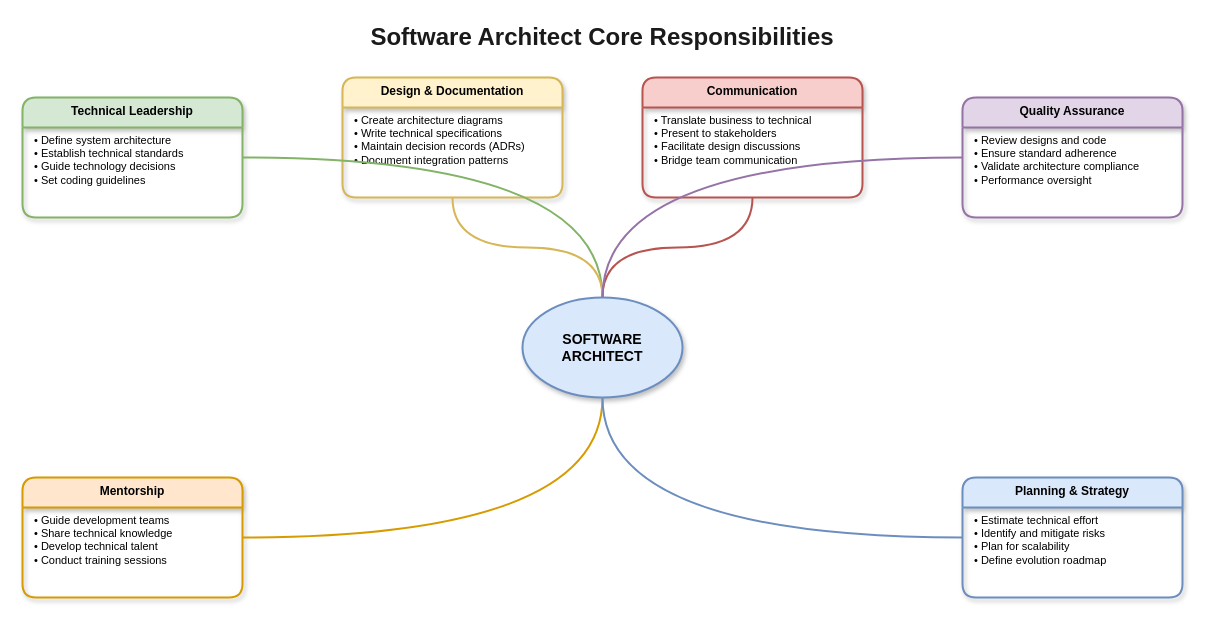
The draw.io diagram lesson-00-software-architect-overview/01-how-a-software-architect-works/1.1-core-responsibilities.drawio in MrParkerZ7/document-lesson-software-architect-x-claude, before the edit. Source tidied: cells renumbered, new cells numbered last; positions are measured from the earlier drawing's top-left corner, leaving out a move shared by most shapes. Both pictures are drawn from the tidied source at 100%, with x=0, y=0 at pixel (22, 17).
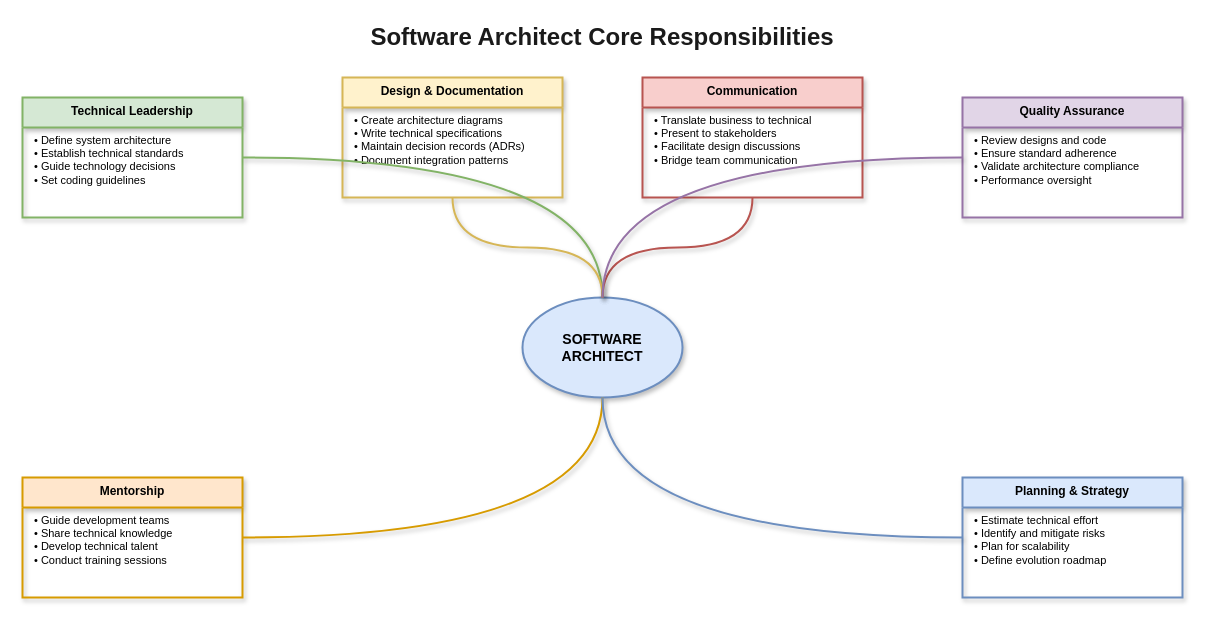
The same page after the edit.

Unchanged cells that the change refers to:
```xml
<mxCell id="3" value="SOFTWARE&#10;ARCHITECT" style="ellipse;whiteSpace=wrap;html=1;fillColor=#dae8fc;strokeColor=#6c8ebf;fontSize=14;fontStyle=1;shadow=1;strokeWidth=2;" parent="1" vertex="1">
  <mxGeometry x="500" y="280" width="160" height="100" as="geometry" />
</mxCell>
```

Change to the diagram source:
```diff
@@
-    <mxCell id="4" value="Technical Leadership" style="swimlane;fontStyle=1;align=center;verticalAlign=top;horizontal=1;startSize=30;fillColor=#d5e8d4;strokeColor=#82b366;rounded=1;shadow=1;strokeWidth=2;" parent="1" vertex="1">
+    <mxCell id="4" value="Technical Leadership" style="swimlane;fontStyle=1;align=center;verticalAlign=top;horizontal=1;startSize=30;fillColor=#d5e8d4;strokeColor=#82b366;rounded=0;shadow=1;strokeWidth=2;" parent="1" vertex="1">
       <mxGeometry y="80" width="220" height="120" as="geometry" />
     </mxCell>
@@
-    <mxCell id="6" value="Design &amp; Documentation" style="swimlane;fontStyle=1;align=center;verticalAlign=top;horizontal=1;startSize=30;fillColor=#fff2cc;strokeColor=#d6b656;rounded=1;shadow=1;strokeWidth=2;" parent="1" vertex="1">
+    <mxCell id="6" value="Design &amp; Documentation" style="swimlane;fontStyle=1;align=center;verticalAlign=top;horizontal=1;startSize=30;fillColor=#fff2cc;strokeColor=#d6b656;rounded=0;shadow=1;strokeWidth=2;" parent="1" vertex="1">
       <mxGeometry x="320" y="60" width="220" height="120" as="geometry" />
     </mxCell>
@@
-    <mxCell id="8" value="Communication" style="swimlane;fontStyle=1;align=center;verticalAlign=top;horizontal=1;startSize=30;fillColor=#f8cecc;strokeColor=#b85450;rounded=1;shadow=1;strokeWidth=2;" parent="1" vertex="1">
+    <mxCell id="8" value="Communication" style="swimlane;fontStyle=1;align=center;verticalAlign=top;horizontal=1;startSize=30;fillColor=#f8cecc;strokeColor=#b85450;rounded=0;shadow=1;strokeWidth=2;" parent="1" vertex="1">
       <mxGeometry x="620" y="60" width="220" height="120" as="geometry" />
     </mxCell>
@@
-    <mxCell id="10" value="Quality Assurance" style="swimlane;fontStyle=1;align=center;verticalAlign=top;horizontal=1;startSize=30;fillColor=#e1d5e7;strokeColor=#9673a6;rounded=1;shadow=1;strokeWidth=2;" parent="1" vertex="1">
+    <mxCell id="10" value="Quality Assurance" style="swimlane;fontStyle=1;align=center;verticalAlign=top;horizontal=1;startSize=30;fillColor=#e1d5e7;strokeColor=#9673a6;rounded=0;shadow=1;strokeWidth=2;" parent="1" vertex="1">
       <mxGeometry x="940" y="80" width="220" height="120" as="geometry" />
     </mxCell>
@@
-    <mxCell id="12" value="Mentorship" style="swimlane;fontStyle=1;align=center;verticalAlign=top;horizontal=1;startSize=30;fillColor=#ffe6cc;strokeColor=#d79b00;rounded=1;shadow=1;strokeWidth=2;" parent="1" vertex="1">
+    <mxCell id="12" value="Mentorship" style="swimlane;fontStyle=1;align=center;verticalAlign=top;horizontal=1;startSize=30;fillColor=#ffe6cc;strokeColor=#d79b00;rounded=0;shadow=1;strokeWidth=2;" parent="1" vertex="1">
       <mxGeometry y="460" width="220" height="120" as="geometry" />
     </mxCell>
@@
-    <mxCell id="14" value="Planning &amp; Strategy" style="swimlane;fontStyle=1;align=center;verticalAlign=top;horizontal=1;startSize=30;fillColor=#dae8fc;strokeColor=#6c8ebf;rounded=1;shadow=1;strokeWidth=2;" parent="1" vertex="1">
+    <mxCell id="14" value="Planning &amp; Strategy" style="swimlane;fontStyle=1;align=center;verticalAlign=top;horizontal=1;startSize=30;fillColor=#dae8fc;strokeColor=#6c8ebf;rounded=0;shadow=1;strokeWidth=2;" parent="1" vertex="1">
       <mxGeometry x="940" y="460" width="220" height="120" as="geometry" />
     </mxCell>
@@
-    <mxCell id="16" style="edgeStyle=orthogonalEdgeStyle;curved=1;rounded=1;html=1;strokeColor=#82b366;strokeWidth=2;endArrow=none;jumpStyle=arc;jumpSize=10;" parent="1" edge="1" source="4" target="3">
+    <mxCell id="16" style="edgeStyle=orthogonalEdgeStyle;curved=1;rounded=0;html=1;strokeColor=#82b366;strokeWidth=2;endArrow=none;jumpStyle=arc;jumpSize=10;shadow=1;flowAnimation=1;" parent="1" edge="1" source="4" target="3">
       <mxGeometry relative="1" as="geometry" />
     </mxCell>
-    <mxCell id="17" style="edgeStyle=orthogonalEdgeStyle;curved=1;rounded=1;html=1;strokeColor=#d6b656;strokeWidth=2;endArrow=none;jumpStyle=arc;jumpSize=10;" parent="1" edge="1" source="6" target="3">
+    <mxCell id="17" style="edgeStyle=orthogonalEdgeStyle;curved=1;rounded=0;html=1;strokeColor=#d6b656;strokeWidth=2;endArrow=none;jumpStyle=arc;jumpSize=10;shadow=1;flowAnimation=1;" parent="1" edge="1" source="6" target="3">
       <mxGeometry relative="1" as="geometry" />
     </mxCell>
-    <mxCell id="18" style="edgeStyle=orthogonalEdgeStyle;curved=1;rounded=1;html=1;strokeColor=#b85450;strokeWidth=2;endArrow=none;jumpStyle=arc;jumpSize=10;" parent="1" edge="1" source="8" target="3">
+    <mxCell id="18" style="edgeStyle=orthogonalEdgeStyle;curved=1;rounded=0;html=1;strokeColor=#b85450;strokeWidth=2;endArrow=none;jumpStyle=arc;jumpSize=10;shadow=1;flowAnimation=1;" parent="1" edge="1" source="8" target="3">
       <mxGeometry relative="1" as="geometry" />
     </mxCell>
-    <mxCell id="19" style="edgeStyle=orthogonalEdgeStyle;curved=1;rounded=1;html=1;strokeColor=#9673a6;strokeWidth=2;endArrow=none;jumpStyle=arc;jumpSize=10;" parent="1" edge="1" source="10" target="3">
+    <mxCell id="19" style="edgeStyle=orthogonalEdgeStyle;curved=1;rounded=0;html=1;strokeColor=#9673a6;strokeWidth=2;endArrow=none;jumpStyle=arc;jumpSize=10;shadow=1;flowAnimation=1;" parent="1" edge="1" source="10" target="3">
       <mxGeometry relative="1" as="geometry" />
     </mxCell>
-    <mxCell id="20" style="edgeStyle=orthogonalEdgeStyle;curved=1;rounded=1;html=1;strokeColor=#d79b00;strokeWidth=2;endArrow=none;jumpStyle=arc;jumpSize=10;" parent="1" edge="1" source="12" target="3">
+    <mxCell id="20" style="edgeStyle=orthogonalEdgeStyle;curved=1;rounded=0;html=1;strokeColor=#d79b00;strokeWidth=2;endArrow=none;jumpStyle=arc;jumpSize=10;shadow=1;flowAnimation=1;" parent="1" edge="1" source="12" target="3">
       <mxGeometry relative="1" as="geometry" />
     </mxCell>
-    <mxCell id="21" style="edgeStyle=orthogonalEdgeStyle;curved=1;rounded=1;html=1;strokeColor=#6c8ebf;strokeWidth=2;endArrow=none;jumpStyle=arc;jumpSize=10;" parent="1" edge="1" source="14" target="3">
+    <mxCell id="21" style="edgeStyle=orthogonalEdgeStyle;curved=1;rounded=0;html=1;strokeColor=#6c8ebf;strokeWidth=2;endArrow=none;jumpStyle=arc;jumpSize=10;shadow=1;flowAnimation=1;" parent="1" edge="1" source="14" target="3">
       <mxGeometry relative="1" as="geometry" />
     </mxCell>
```
